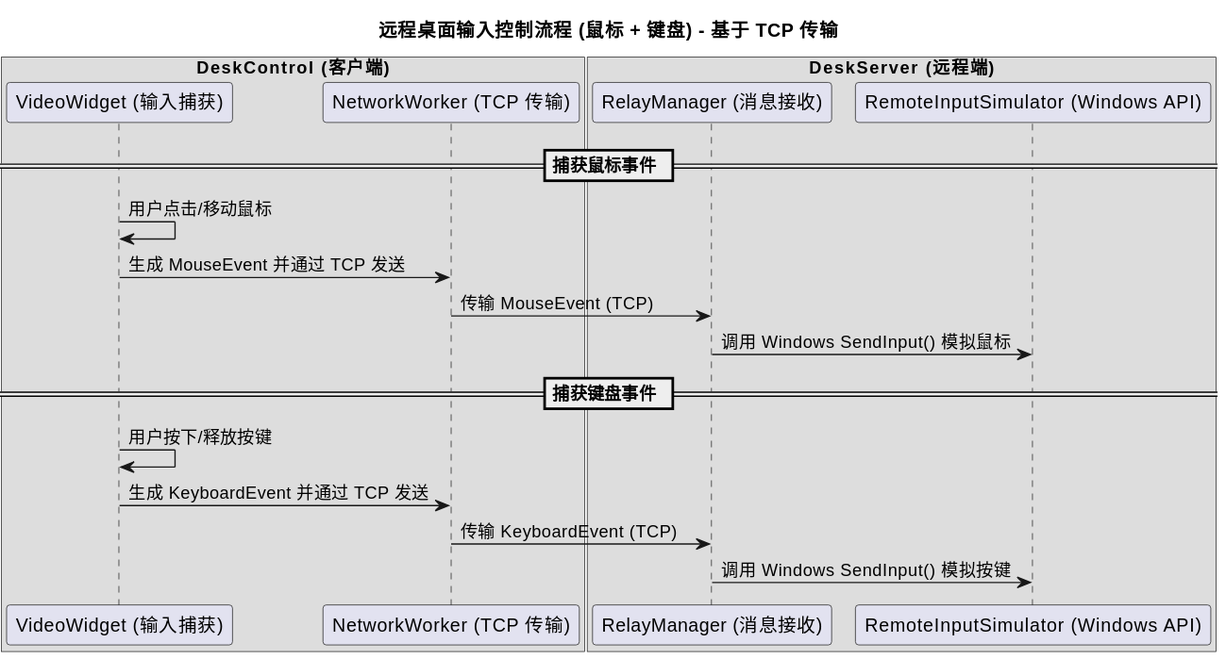
Before: diagrams/output/MouseKeyInput.svg, a diagram exported from PlantUML (SwartzMss/SimpleRustDesk).
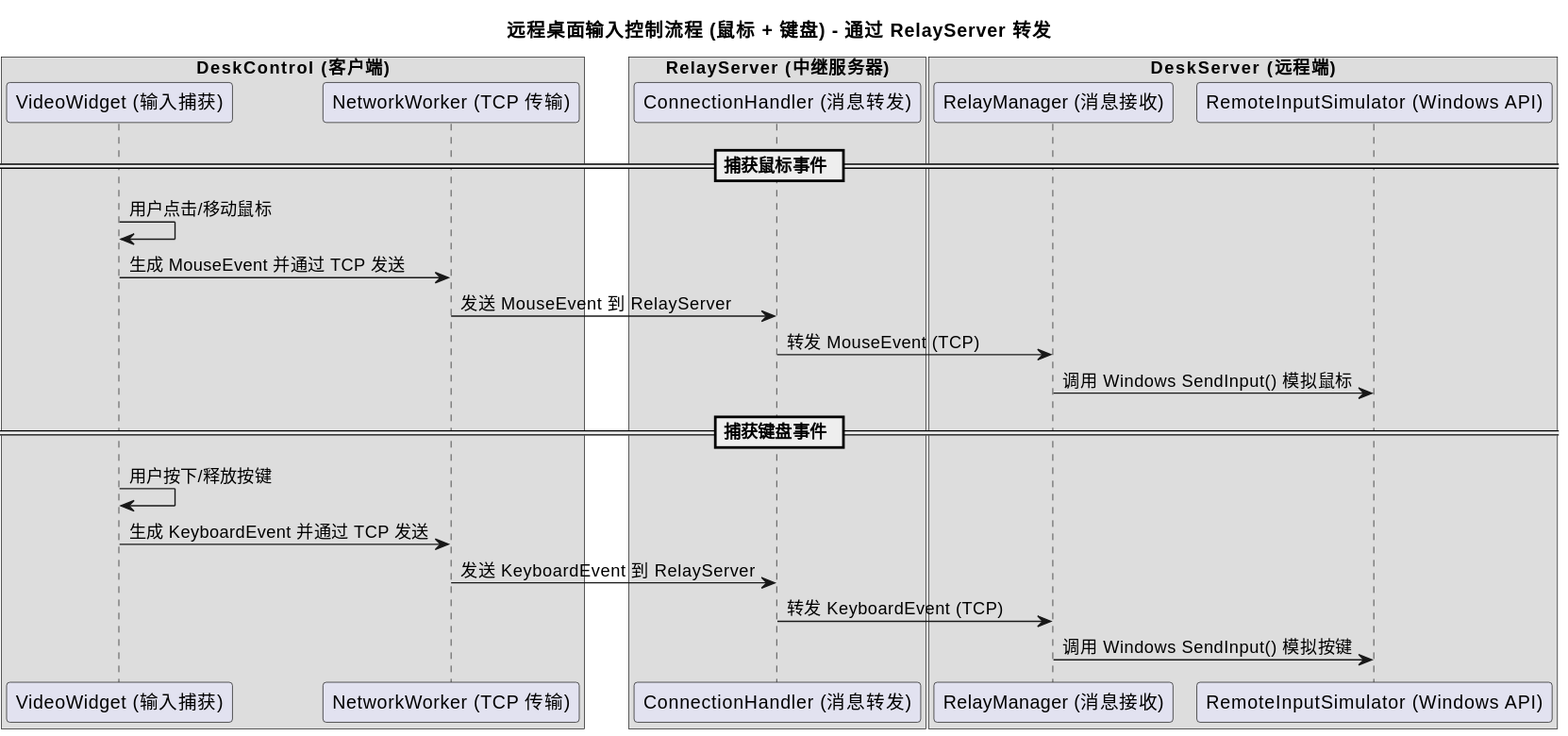
The same file after the commit.

Commit message:
Update rendered UML diagrams

What changed in the source:
```diff
@@ -1,9 +1,13 @@
 @startuml
-title 远程桌面输入控制流程 (鼠标 + 键盘) - 基于 TCP 传输
+title 远程桌面输入控制流程 (鼠标 + 键盘) - 通过 RelayServer 转发
 
 box "DeskControl (客户端)"
     participant "VideoWidget (输入捕获)" as VideoWidget
     participant "NetworkWorker (TCP 传输)" as NetworkWorker
+end box
+
+box "RelayServer (中继服务器)"
+    participant "ConnectionHandler (消息转发)" as RelayRouter
 end box
 
 box "DeskServer (远程端)"
@@ -14,12 +18,14 @@
 == 捕获鼠标事件 ==
 VideoWidget -> VideoWidget : 用户点击/移动鼠标
 VideoWidget -> NetworkWorker : 生成 MouseEvent 并通过 TCP 发送
-NetworkWorker -> RelayManager : 传输 MouseEvent (TCP)
+NetworkWorker -> RelayRouter : 发送 MouseEvent 到 RelayServer
+RelayRouter -> RelayManager : 转发 MouseEvent (TCP)
 RelayManager -> RemoteInputSimulator : 调用 Windows SendInput() 模拟鼠标
 
 == 捕获键盘事件 ==
 VideoWidget -> VideoWidget : 用户按下/释放按键
 VideoWidget -> NetworkWorker : 生成 KeyboardEvent 并通过 TCP 发送
-NetworkWorker -> RelayManager : 传输 KeyboardEvent (TCP)
+NetworkWorker -> RelayRouter : 发送 KeyboardEvent 到 RelayServer
+RelayRouter -> RelayManager : 转发 KeyboardEvent (TCP)
 RelayManager -> RemoteInputSimulator : 调用 Windows SendInput() 模拟按键
 @enduml
```
